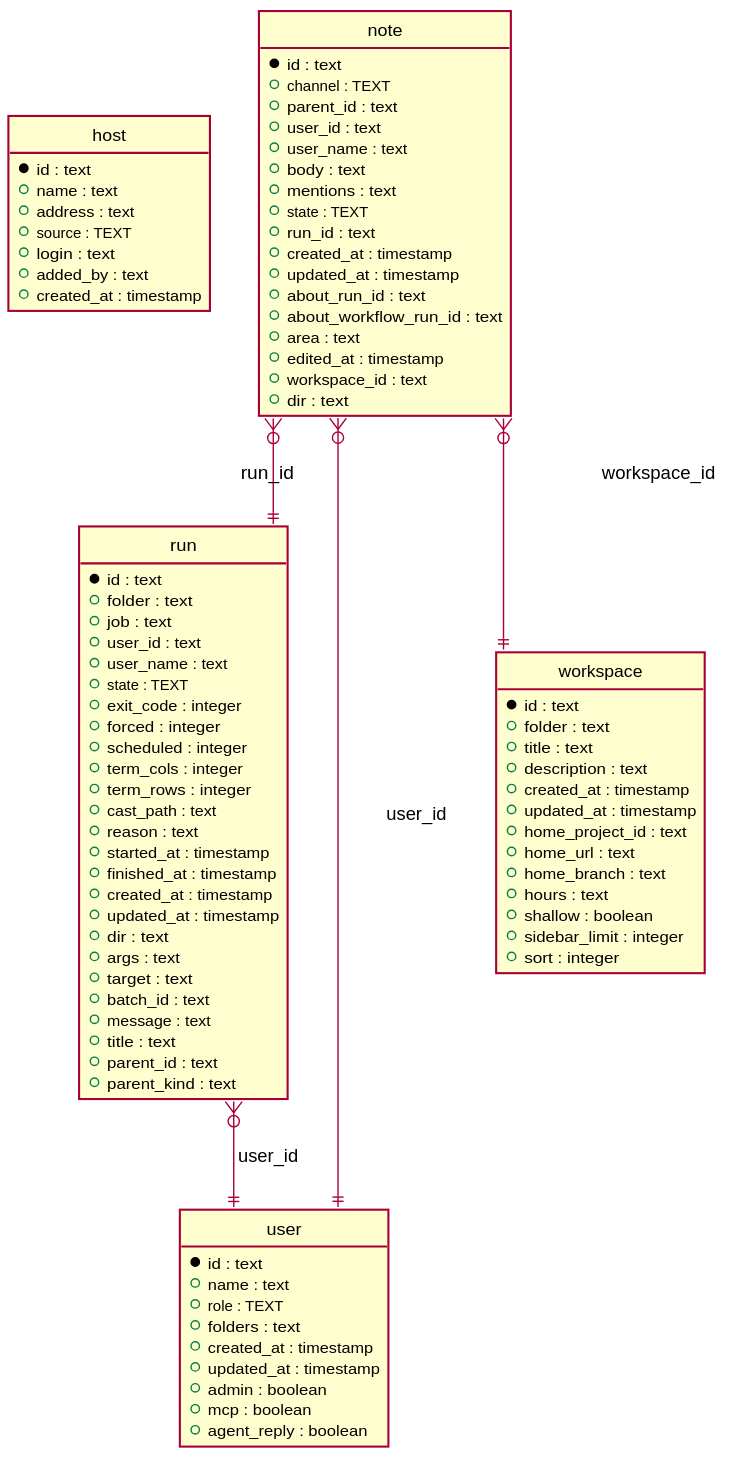
Above: phpfront/app/modules/inventory/schema.svg in titpetric/task-ui (PlantUML), before the change.
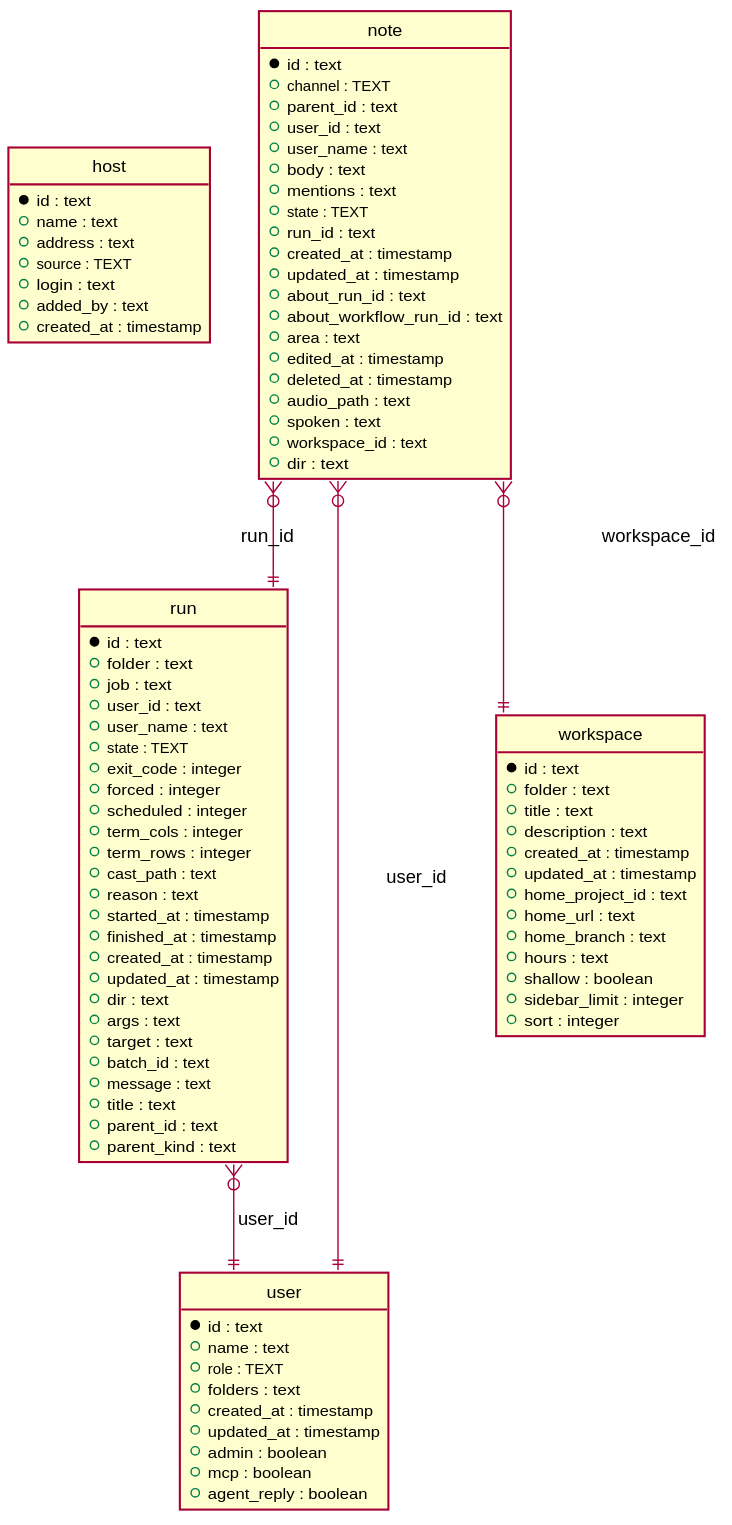
After the commit.

Diff of the diagram source:
```diff
@@ -30,6 +30,9 @@
   + about_workflow_run_id : text
   + area : text
   + edited_at : timestamp
+  + deleted_at : timestamp
+  + audio_path : text
+  + spoken : text
   + workspace_id : text
   + dir : text
 }
```
